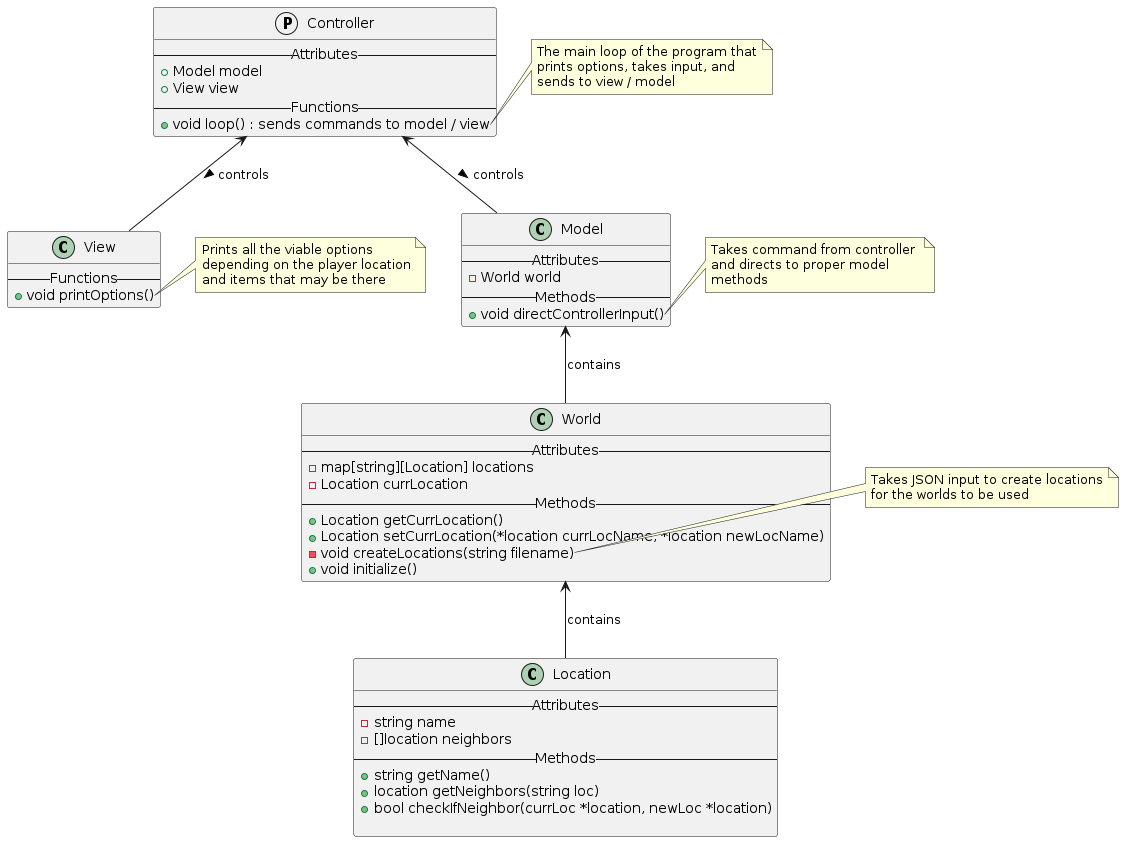
Before: class_diagram.png, a diagram exported from PlantUML (Charlemagne44/GoAdventure).
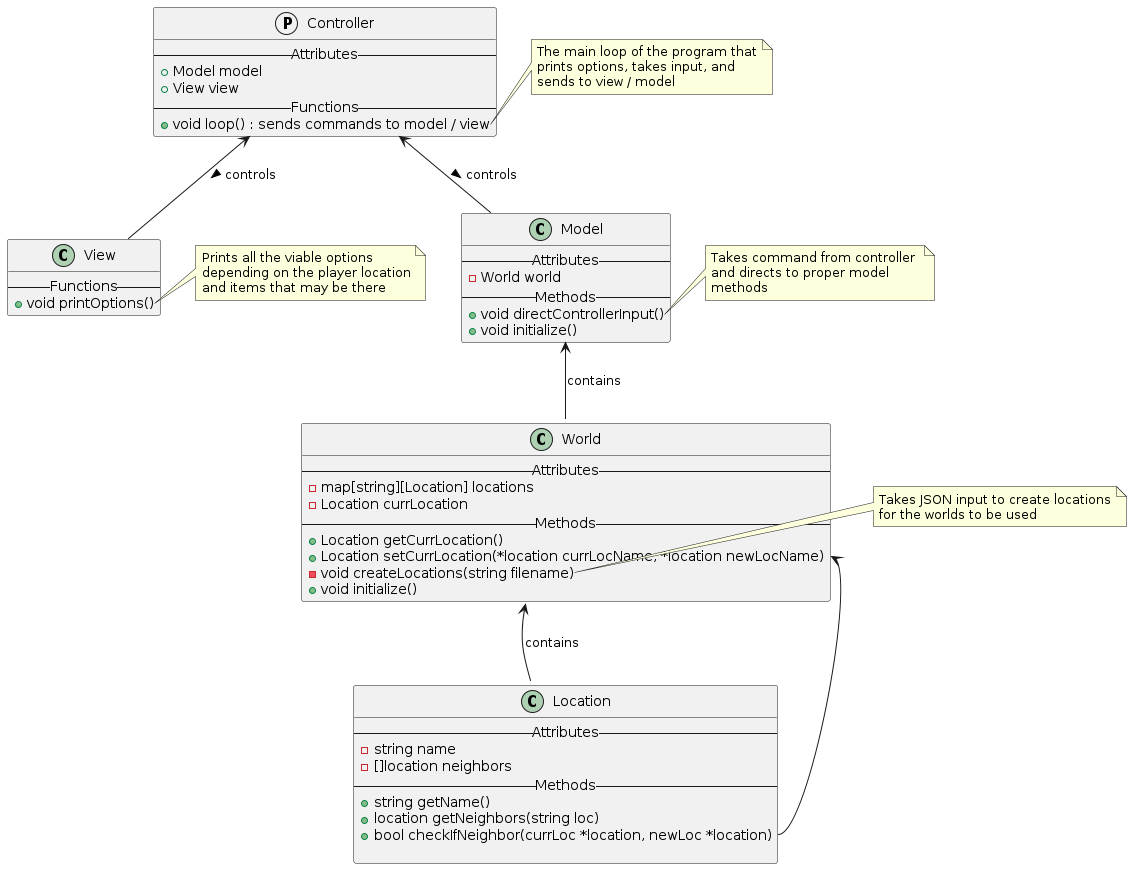
The same file after the commit.

What changed in the source:
```diff
@@ -25,6 +25,7 @@
     - World world
     --Methods--
     + void directControllerInput()
+    + void initialize()
 }
 note right of Model::directControllerInput
     Takes command from controller
@@ -62,6 +63,7 @@
 Controller <-- View : controls >
 Model <-- World : contains
 World <-- Location : contains
+World::setCurrLocation <-- Location::checkIfNeighbor
 
 
 @enduml
```
